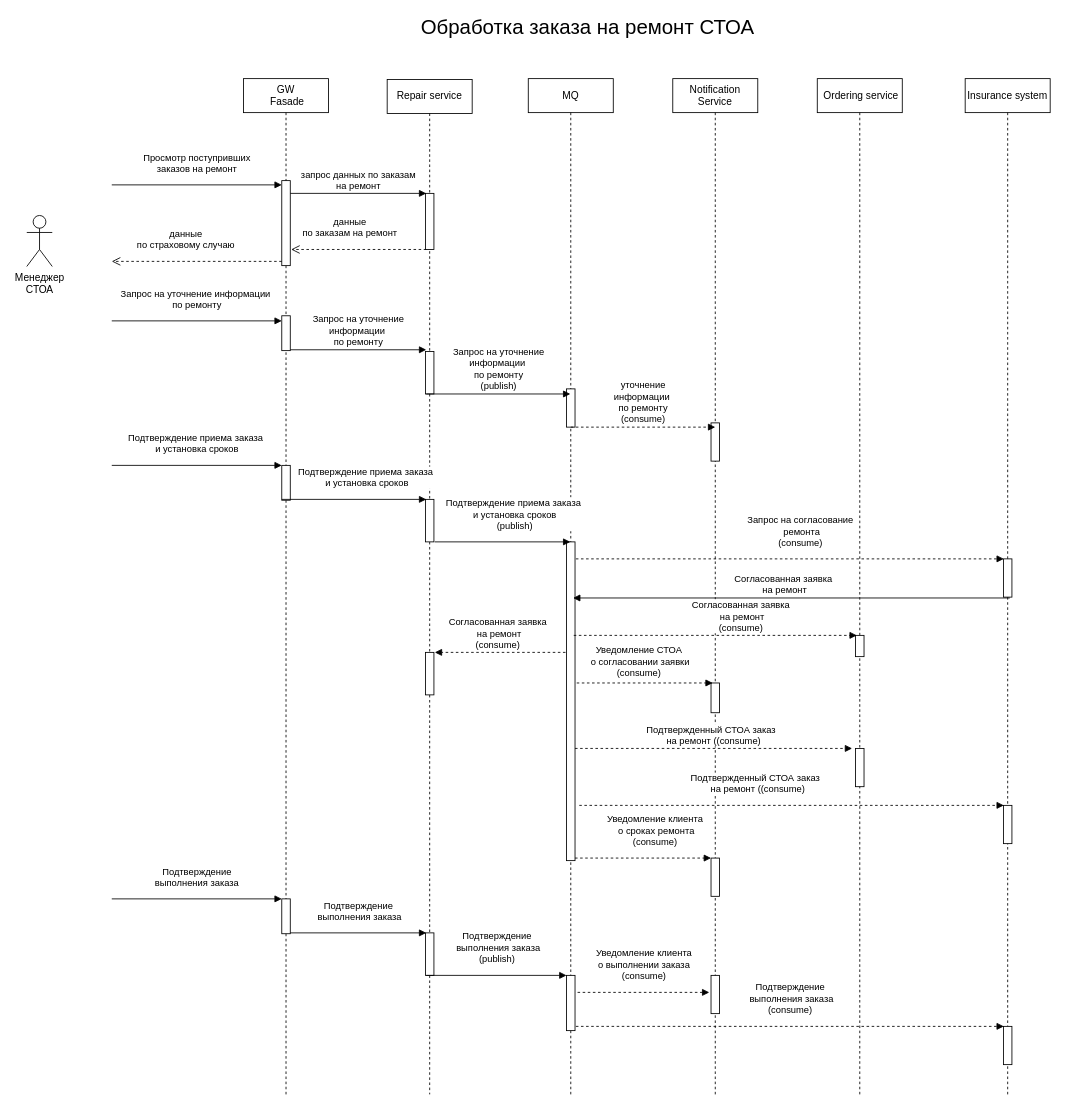
Earlier version of the draw.io diagram 2.Solution/5_2 Sequence_Diagramm.drawio (samsonovsa/OtusArhitectureFinalProject). Source tidied: cells renumbered, new cells numbered last; positions are measured from the earlier drawing's top-left corner, leaving out a move shared by most shapes. Both pictures are drawn from the tidied source at 85%, with x=0, y=0 at pixel (26, 14).
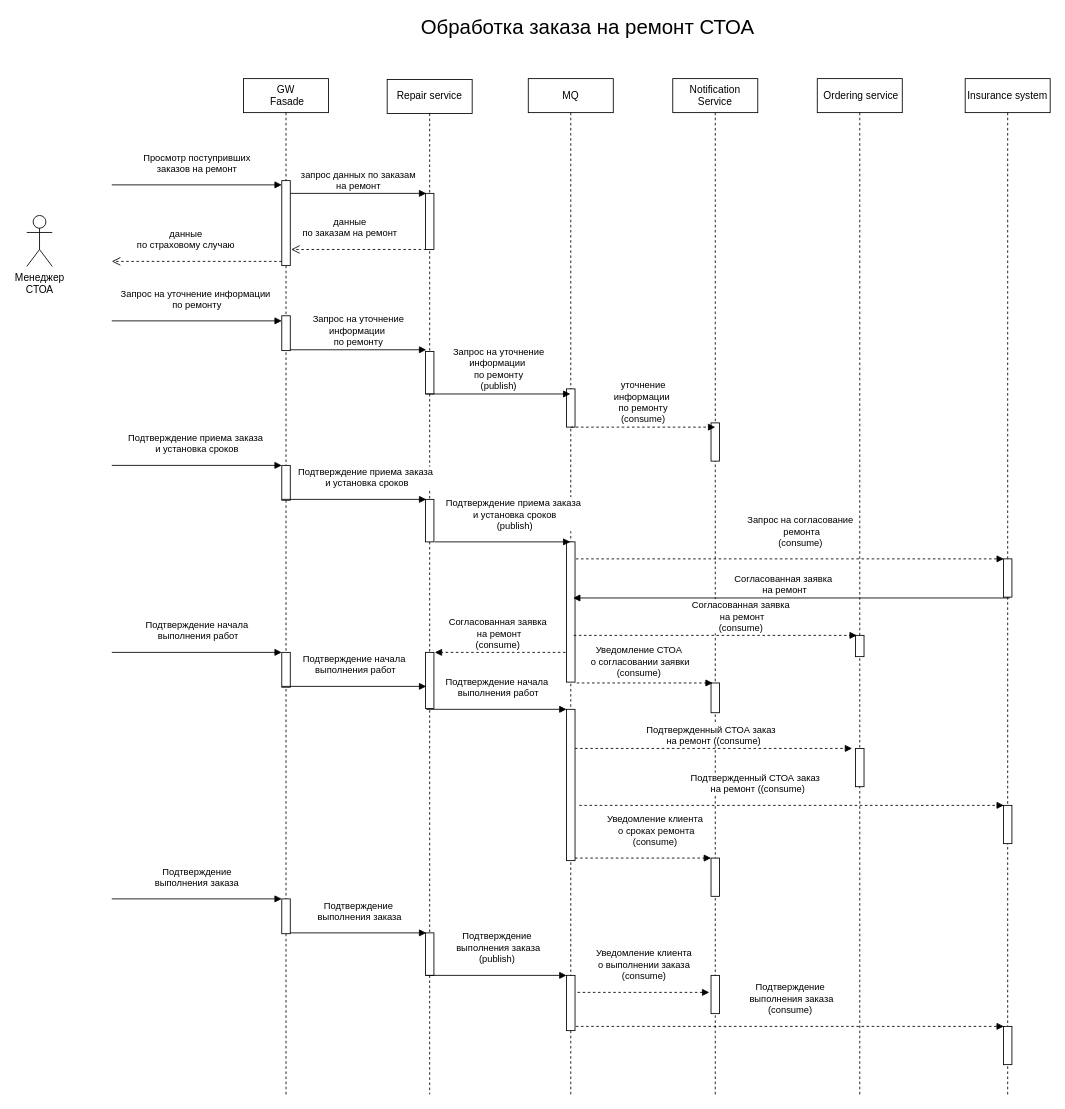
After the change.

Unchanged cells that the change refers to:
```xml
<mxCell id="6" value="MQ" style="shape=umlLifeline;perimeter=lifelinePerimeter;whiteSpace=wrap;html=1;outlineConnect=0;portConstraint=eastwest;newEdgeStyle={&quot;edgeStyle&quot;:&quot;elbowEdgeStyle&quot;,&quot;elbow&quot;:&quot;vertical&quot;,&quot;curved&quot;:0,&quot;rounded&quot;:0};" parent="1" vertex="1">
  <mxGeometry x="590" y="75" width="100" height="1195" as="geometry" />
</mxCell>
<mxCell id="19" value="Repair service" style="shape=umlLifeline;perimeter=lifelinePerimeter;whiteSpace=wrap;html=1;newEdgeStyle={&quot;curved&quot;:0,&quot;rounded&quot;:0};" parent="1" vertex="1">
  <mxGeometry x="424" y="76" width="100" height="1194" as="geometry" />
</mxCell>
<mxCell id="27" value="GW&lt;br&gt;&amp;nbsp;Fasade" style="shape=umlLifeline;perimeter=lifelinePerimeter;whiteSpace=wrap;html=1;newEdgeStyle={&quot;curved&quot;:0,&quot;rounded&quot;:0};" parent="1" vertex="1">
  <mxGeometry x="255" y="75" width="100" height="1195" as="geometry" />
</mxCell>
```

Diff of the diagram source:
```diff
@@
     <mxCell id="8" style="html=1;perimeter=orthogonalPerimeter;targetShapes=umlLifeline;newEdgeStyle={&quot;curved&quot;:0,&quot;rounded&quot;:0};" parent="6" vertex="1">
-      <mxGeometry x="45" y="545" width="10" height="375" as="geometry" />
+      <mxGeometry x="45" y="545" width="10" height="165" as="geometry" />
     </mxCell>
@@
+    <mxCell id="55" style="html=1;points=[[0,0,0,0,5],[0,1,0,0,-5],[1,0,0,0,5],[1,1,0,0,-5]];perimeter=orthogonalPerimeter;outlineConnect=0;targetShapes=umlLifeline;portConstraint=eastwest;newEdgeStyle={&quot;curved&quot;:0,&quot;rounded&quot;:0};" parent="6" vertex="1">
+      <mxGeometry x="45" y="742" width="10" height="178" as="geometry" />
+    </mxCell>
@@
     <mxCell id="24" style="html=1;perimeter=orthogonalPerimeter;targetShapes=umlLifeline;newEdgeStyle={&quot;curved&quot;:0,&quot;rounded&quot;:0};" parent="19" vertex="1">
-      <mxGeometry x="45" y="674" width="10" height="50" as="geometry" />
+      <mxGeometry x="45" y="674" width="10" height="66" as="geometry" />
     </mxCell>
@@
+    <mxCell id="56" style="html=1;perimeter=orthogonalPerimeter;targetShapes=umlLifeline;newEdgeStyle={&quot;curved&quot;:0,&quot;rounded&quot;:0};" parent="27" vertex="1">
+      <mxGeometry x="45" y="675" width="10" height="41" as="geometry" />
+    </mxCell>
@@
+    <mxCell id="57" value="Подтверждение начала&lt;br&gt;&amp;nbsp;выполнения работ" style="html=1;verticalAlign=bottom;endArrow=block;curved=0;rounded=0;entryX=0;entryY=0;entryDx=0;entryDy=5;entryPerimeter=0;" parent="1" edge="1">
+      <mxGeometry y="10" relative="1" as="geometry">
+        <mxPoint x="100" y="750" as="sourcePoint" />
+        <mxPoint x="300" y="750" as="targetPoint" />
+      </mxGeometry>
+    </mxCell>
+    <mxCell id="58" value="Подтверждение начала&lt;br&gt;&amp;nbsp;выполнения работ" style="html=1;verticalAlign=bottom;endArrow=block;curved=0;rounded=0;" parent="1" edge="1">
+      <mxGeometry y="10" relative="1" as="geometry">
+        <mxPoint x="300" y="790" as="sourcePoint" />
+        <mxPoint x="470" y="790" as="targetPoint" />
+      </mxGeometry>
+    </mxCell>
+    <mxCell id="59" value="Подтверждение начала&lt;br&gt;&amp;nbsp;выполнения работ" style="html=1;verticalAlign=bottom;endArrow=block;curved=0;rounded=0;" parent="1" edge="1" target="55">
+      <mxGeometry y="10" relative="1" as="geometry">
+        <mxPoint x="470" y="817" as="sourcePoint" />
+      </mxGeometry>
+    </mxCell>
```
